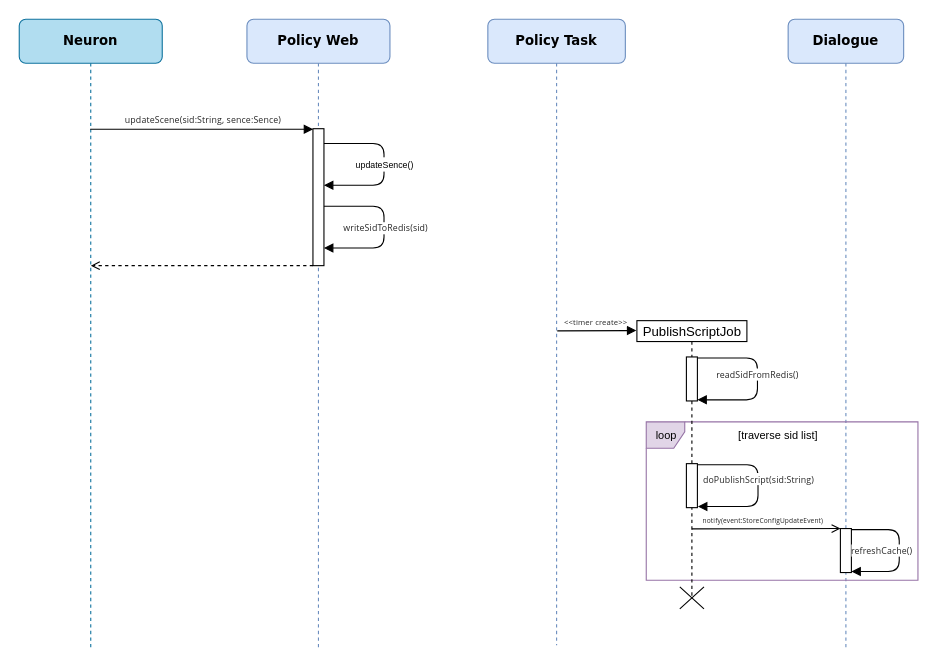
Earlier version of the draw.io diagram leyan/dxm/Sequence Diagram 5.drawio (GeekKwok/UML). Source tidied: cells renumbered, new cells numbered last; positions are measured from the earlier drawing's top-left corner, leaving out a move shared by most shapes. Both pictures are drawn from the tidied source at 110%, with x=0, y=0 at pixel (19, 19).
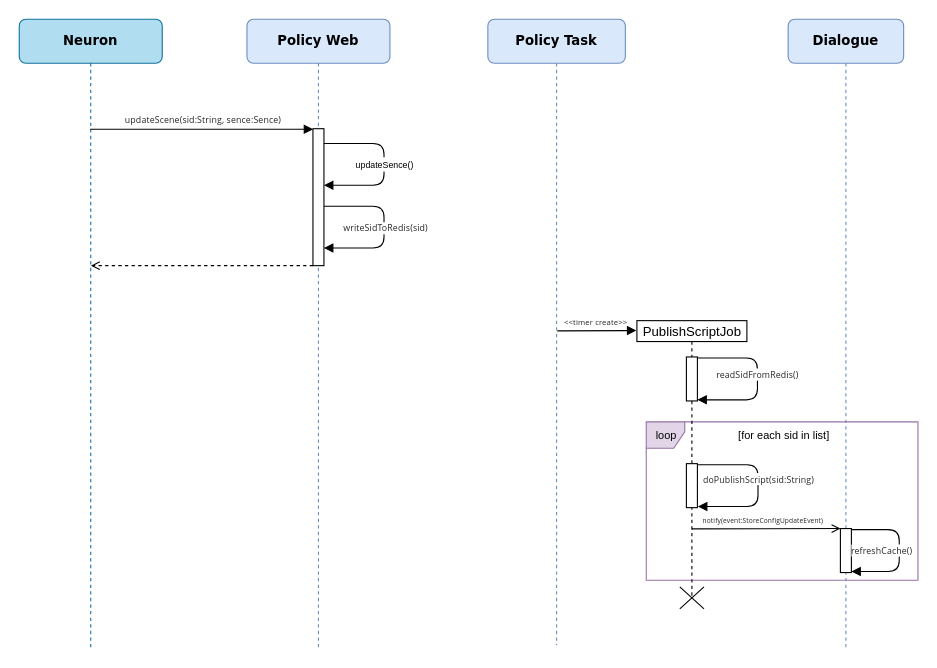
The same diagram, later.

Change to the diagram source:
```diff
@@
-    <mxCell id="18" value="[traverse sid list]" style="text;fontSize=10;" parent="1" vertex="1">
-      <mxGeometry x="652" y="366" width="80" height="20" as="geometry" />
+    <mxCell id="18" value="[for each sid in list]" style="text;fontSize=10;" parent="1" vertex="1">
+      <mxGeometry x="652" y="366" width="87" height="20" as="geometry" />
     </mxCell>
```
